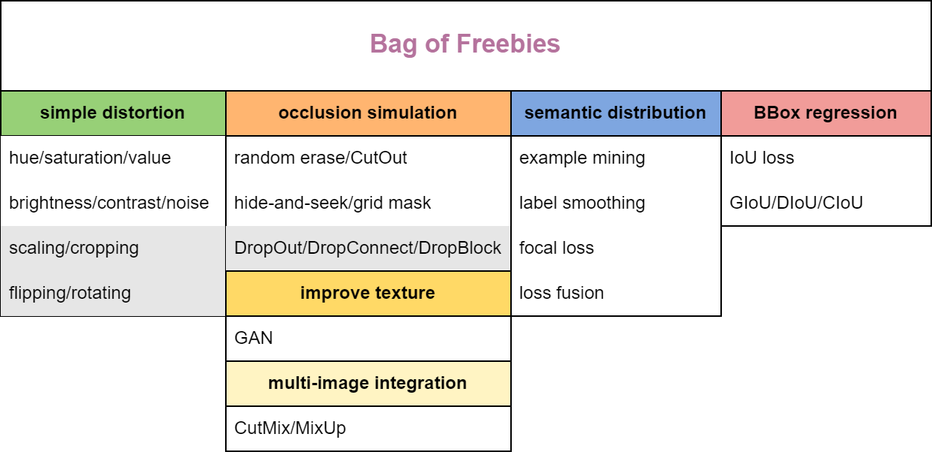
Gorgeousful/Basic-Learn keeps this draw.io diagram as BoF/BoF.png. Above is the earlier version. Source tidied: cells renumbered, new cells last; positions are measured from the earlier drawing's top-left corner, leaving out a move shared by most shapes. The source it was exported from:
```xml
<mxGraphModel>
  <root>
    <mxCell id="0" />
    <mxCell id="1" parent="0" />
    <mxCell id="2" value="&lt;b&gt;&lt;font color=&quot;#b5739d&quot; style=&quot;font-size: 17px;&quot;&gt;Bag of Freebies&lt;/font&gt;&lt;/b&gt;" style="rounded=0;whiteSpace=wrap;html=1;" parent="1" vertex="1">
      <mxGeometry width="620" height="60" as="geometry" />
    </mxCell>
    <mxCell id="3" value="&lt;b&gt;simple distortion&lt;/b&gt;" style="swimlane;fontStyle=0;horizontal=1;startSize=30;whiteSpace=wrap;html=1;labelBackgroundColor=none;fillColor=#97D077;" parent="1" vertex="1">
      <mxGeometry y="60" width="150" height="150" as="geometry" />
    </mxCell>
    <mxCell id="4" value="hue/saturation/value" style="text;strokeColor=none;fillColor=#FFFFFF;align=left;verticalAlign=middle;spacingLeft=4;spacingRight=4;overflow=hidden;whiteSpace=wrap;html=1;" parent="3" vertex="1">
      <mxGeometry y="30" width="150" height="30" as="geometry" />
    </mxCell>
    <mxCell id="5" value="brightness/contrast/noise" style="text;strokeColor=none;fillColor=#FFFFFF;align=left;verticalAlign=middle;spacingLeft=4;spacingRight=4;overflow=hidden;whiteSpace=wrap;html=1;" parent="3" vertex="1">
      <mxGeometry y="60" width="150" height="30" as="geometry" />
    </mxCell>
    <mxCell id="6" value="scaling/cropping" style="text;strokeColor=none;fillColor=#E6E6E6;align=left;verticalAlign=middle;spacingLeft=4;spacingRight=4;overflow=hidden;whiteSpace=wrap;html=1;" parent="3" vertex="1">
      <mxGeometry y="90" width="150" height="30" as="geometry" />
    </mxCell>
    <mxCell id="7" value="flipping/rotating" style="text;strokeColor=none;fillColor=#E6E6E6;align=left;verticalAlign=middle;spacingLeft=4;spacingRight=4;overflow=hidden;whiteSpace=wrap;html=1;" parent="3" vertex="1">
      <mxGeometry y="120" width="150" height="30" as="geometry" />
    </mxCell>
    <mxCell id="8" value="&lt;b&gt;occlusion simulation&lt;/b&gt;" style="swimlane;fontStyle=0;horizontal=1;startSize=30;whiteSpace=wrap;html=1;fillColor=#FFB570;" parent="1" vertex="1">
      <mxGeometry x="150" y="60" width="190" height="120" as="geometry" />
    </mxCell>
    <mxCell id="9" value="random erase/CutOut" style="text;strokeColor=none;fillColor=none;align=left;verticalAlign=middle;spacingLeft=4;spacingRight=4;overflow=hidden;whiteSpace=wrap;html=1;" parent="8" vertex="1">
      <mxGeometry y="30" width="190" height="30" as="geometry" />
    </mxCell>
    <mxCell id="10" value="hide-and-seek/grid mask" style="text;strokeColor=none;fillColor=none;align=left;verticalAlign=middle;spacingLeft=4;spacingRight=4;overflow=hidden;whiteSpace=wrap;html=1;" parent="8" vertex="1">
      <mxGeometry y="60" width="190" height="30" as="geometry" />
    </mxCell>
    <mxCell id="11" value="DropOut/DropConnect/DropBlock" style="text;strokeColor=none;fillColor=#E6E6E6;align=left;verticalAlign=middle;spacingLeft=4;spacingRight=4;overflow=hidden;whiteSpace=wrap;html=1;" parent="8" vertex="1">
      <mxGeometry y="90" width="190" height="30" as="geometry" />
    </mxCell>
    <mxCell id="12" value="&lt;b&gt;semantic distribution&lt;/b&gt;" style="swimlane;fontStyle=0;horizontal=1;startSize=30;whiteSpace=wrap;html=1;fillColor=#7EA6E0;" parent="1" vertex="1">
      <mxGeometry x="340" y="60" width="140" height="150" as="geometry" />
    </mxCell>
    <mxCell id="13" value="example mining" style="text;strokeColor=none;fillColor=none;align=left;verticalAlign=middle;spacingLeft=4;spacingRight=4;overflow=hidden;whiteSpace=wrap;html=1;" parent="12" vertex="1">
      <mxGeometry y="30" width="140" height="30" as="geometry" />
    </mxCell>
    <mxCell id="14" value="label smoothing" style="text;strokeColor=none;fillColor=none;align=left;verticalAlign=middle;spacingLeft=4;spacingRight=4;overflow=hidden;whiteSpace=wrap;html=1;" parent="12" vertex="1">
      <mxGeometry y="60" width="140" height="30" as="geometry" />
    </mxCell>
    <mxCell id="15" value="focal loss" style="text;strokeColor=none;fillColor=none;align=left;verticalAlign=middle;spacingLeft=4;spacingRight=4;overflow=hidden;whiteSpace=wrap;html=1;" parent="12" vertex="1">
      <mxGeometry y="90" width="140" height="30" as="geometry" />
    </mxCell>
    <mxCell id="16" value="loss fusion" style="text;strokeColor=none;fillColor=none;align=left;verticalAlign=middle;spacingLeft=4;spacingRight=4;overflow=hidden;whiteSpace=wrap;html=1;" parent="12" vertex="1">
      <mxGeometry y="120" width="140" height="30" as="geometry" />
    </mxCell>
    <mxCell id="17" value="&lt;b&gt;BBox regression&lt;/b&gt;" style="swimlane;fontStyle=0;horizontal=1;startSize=30;whiteSpace=wrap;html=1;fillColor=#F19C99;" parent="1" vertex="1">
      <mxGeometry x="480" y="60" width="140" height="90" as="geometry" />
    </mxCell>
    <mxCell id="18" value="IoU loss" style="text;strokeColor=none;fillColor=none;align=left;verticalAlign=middle;spacingLeft=4;spacingRight=4;overflow=hidden;whiteSpace=wrap;html=1;" parent="17" vertex="1">
      <mxGeometry y="30" width="140" height="30" as="geometry" />
    </mxCell>
    <mxCell id="19" value="GIoU/DIoU/CIoU" style="text;strokeColor=none;fillColor=none;align=left;verticalAlign=middle;spacingLeft=4;spacingRight=4;overflow=hidden;whiteSpace=wrap;html=1;" parent="17" vertex="1">
      <mxGeometry y="60" width="140" height="30" as="geometry" />
    </mxCell>
    <mxCell id="20" value="&lt;b&gt;multi-image integration&lt;/b&gt;" style="swimlane;fontStyle=0;horizontal=1;startSize=30;whiteSpace=wrap;html=1;fillColor=#FFF4C3;" parent="1" vertex="1">
      <mxGeometry x="150" y="240" width="190" height="60" as="geometry" />
    </mxCell>
    <mxCell id="21" value="CutMix/MixUp" style="text;strokeColor=none;fillColor=none;align=left;verticalAlign=middle;spacingLeft=4;spacingRight=4;overflow=hidden;whiteSpace=wrap;html=1;" parent="20" vertex="1">
      <mxGeometry y="30" width="190" height="30" as="geometry" />
    </mxCell>
    <mxCell id="22" value="&lt;b&gt;improve texture&lt;/b&gt;" style="swimlane;fontStyle=0;horizontal=1;startSize=30;whiteSpace=wrap;html=1;fillColor=#FFD966;" parent="1" vertex="1">
      <mxGeometry x="150" y="180" width="190" height="60" as="geometry" />
    </mxCell>
    <mxCell id="23" value="GAN" style="text;strokeColor=none;fillColor=none;align=left;verticalAlign=middle;spacingLeft=4;spacingRight=4;overflow=hidden;whiteSpace=wrap;html=1;" parent="22" vertex="1">
      <mxGeometry y="30" width="190" height="30" as="geometry" />
    </mxCell>
  </root>
</mxGraphModel>
```
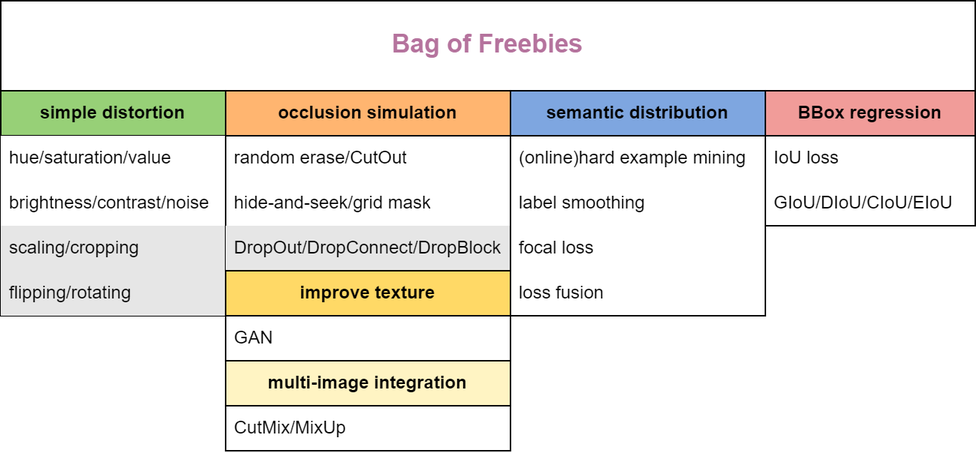
After the change.

Change to the diagram source:
```diff
@@ -3,7 +3,7 @@
     <mxCell id="0" />
     <mxCell id="1" parent="0" />
     <mxCell id="2" value="&lt;b&gt;&lt;font color=&quot;#b5739d&quot; style=&quot;font-size: 17px;&quot;&gt;Bag of Freebies&lt;/font&gt;&lt;/b&gt;" style="rounded=0;whiteSpace=wrap;html=1;" parent="1" vertex="1">
-      <mxGeometry width="620" height="60" as="geometry" />
+      <mxGeometry width="650" height="60" as="geometry" />
     </mxCell>
     <mxCell id="3" value="&lt;b&gt;simple distortion&lt;/b&gt;" style="swimlane;fontStyle=0;horizontal=1;startSize=30;whiteSpace=wrap;html=1;labelBackgroundColor=none;fillColor=#97D077;" parent="1" vertex="1">
       <mxGeometry y="60" width="150" height="150" as="geometry" />
@@ -33,27 +33,27 @@
       <mxGeometry y="90" width="190" height="30" as="geometry" />
     </mxCell>
     <mxCell id="12" value="&lt;b&gt;semantic distribution&lt;/b&gt;" style="swimlane;fontStyle=0;horizontal=1;startSize=30;whiteSpace=wrap;html=1;fillColor=#7EA6E0;" parent="1" vertex="1">
-      <mxGeometry x="340" y="60" width="140" height="150" as="geometry" />
+      <mxGeometry x="340" y="60" width="170" height="150" as="geometry" />
     </mxCell>
-    <mxCell id="13" value="example mining" style="text;strokeColor=none;fillColor=none;align=left;verticalAlign=middle;spacingLeft=4;spacingRight=4;overflow=hidden;whiteSpace=wrap;html=1;" parent="12" vertex="1">
-      <mxGeometry y="30" width="140" height="30" as="geometry" />
+    <mxCell id="13" value="(online)hard example mining" style="text;strokeColor=none;fillColor=none;align=left;verticalAlign=middle;spacingLeft=4;spacingRight=4;overflow=hidden;whiteSpace=wrap;html=1;" parent="12" vertex="1">
+      <mxGeometry y="30" width="170" height="30" as="geometry" />
     </mxCell>
     <mxCell id="14" value="label smoothing" style="text;strokeColor=none;fillColor=none;align=left;verticalAlign=middle;spacingLeft=4;spacingRight=4;overflow=hidden;whiteSpace=wrap;html=1;" parent="12" vertex="1">
-      <mxGeometry y="60" width="140" height="30" as="geometry" />
+      <mxGeometry y="60" width="170" height="30" as="geometry" />
     </mxCell>
     <mxCell id="15" value="focal loss" style="text;strokeColor=none;fillColor=none;align=left;verticalAlign=middle;spacingLeft=4;spacingRight=4;overflow=hidden;whiteSpace=wrap;html=1;" parent="12" vertex="1">
-      <mxGeometry y="90" width="140" height="30" as="geometry" />
+      <mxGeometry y="90" width="170" height="30" as="geometry" />
     </mxCell>
     <mxCell id="16" value="loss fusion" style="text;strokeColor=none;fillColor=none;align=left;verticalAlign=middle;spacingLeft=4;spacingRight=4;overflow=hidden;whiteSpace=wrap;html=1;" parent="12" vertex="1">
-      <mxGeometry y="120" width="140" height="30" as="geometry" />
+      <mxGeometry y="120" width="170" height="30" as="geometry" />
     </mxCell>
     <mxCell id="17" value="&lt;b&gt;BBox regression&lt;/b&gt;" style="swimlane;fontStyle=0;horizontal=1;startSize=30;whiteSpace=wrap;html=1;fillColor=#F19C99;" parent="1" vertex="1">
-      <mxGeometry x="480" y="60" width="140" height="90" as="geometry" />
+      <mxGeometry x="510" y="60" width="140" height="90" as="geometry" />
     </mxCell>
     <mxCell id="18" value="IoU loss" style="text;strokeColor=none;fillColor=none;align=left;verticalAlign=middle;spacingLeft=4;spacingRight=4;overflow=hidden;whiteSpace=wrap;html=1;" parent="17" vertex="1">
       <mxGeometry y="30" width="140" height="30" as="geometry" />
     </mxCell>
-    <mxCell id="19" value="GIoU/DIoU/CIoU" style="text;strokeColor=none;fillColor=none;align=left;verticalAlign=middle;spacingLeft=4;spacingRight=4;overflow=hidden;whiteSpace=wrap;html=1;" parent="17" vertex="1">
+    <mxCell id="19" value="GIoU/DIoU/CIoU/EIoU" style="text;strokeColor=none;fillColor=none;align=left;verticalAlign=middle;spacingLeft=4;spacingRight=4;overflow=hidden;whiteSpace=wrap;html=1;" parent="17" vertex="1">
       <mxGeometry y="60" width="140" height="30" as="geometry" />
     </mxCell>
     <mxCell id="20" value="&lt;b&gt;multi-image integration&lt;/b&gt;" style="swimlane;fontStyle=0;horizontal=1;startSize=30;whiteSpace=wrap;html=1;fillColor=#FFF4C3;" parent="1" vertex="1">
```
